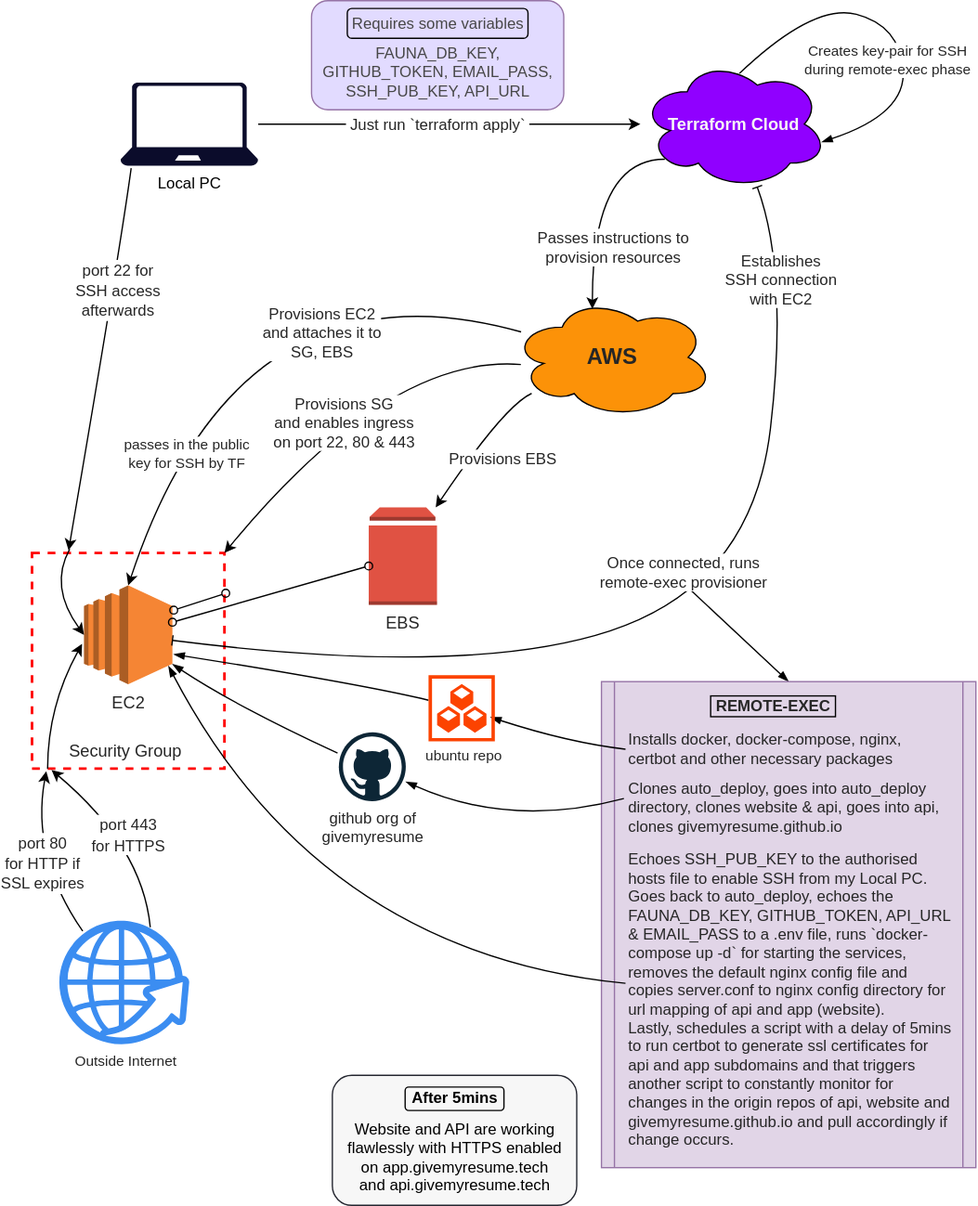
givemyresume/doc keeps this draw.io diagram as deployment.svg. Above is the earlier version. Source tidied: cells renumbered, new cells last; positions are measured from the earlier drawing's top-left corner, leaving out a move shared by most shapes.
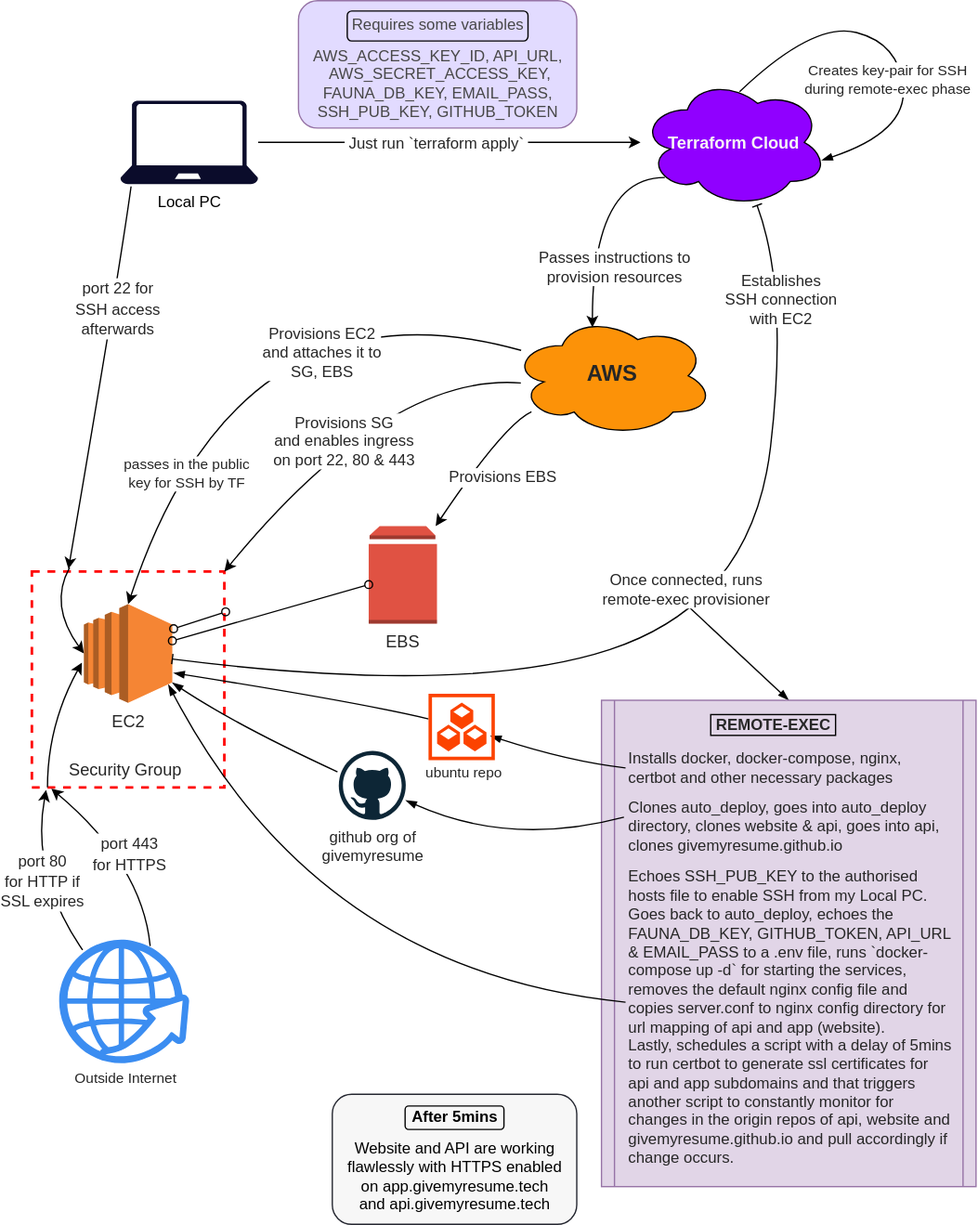
The same diagram one commit later.

Change to the diagram source:
```diff
@@ -81,7 +81,7 @@
     </mxCell>
     <mxCell id="17" value="Once connected, runs &lt;br&gt;remote-exec provisioner" style="edgeLabel;html=1;align=center;verticalAlign=middle;fontSize=12;fontColor=#262626;" parent="13" vertex="1">
       <mxGeometry x="0.31" y="-26" relative="1" as="geometry">
-        <mxPoint x="140" y="-46" as="offset" />
+        <mxPoint x="142" y="-47" as="offset" />
       </mxGeometry>
     </mxCell>
     <mxCell id="18" style="edgeStyle=none;curved=1;orthogonalLoop=1;jettySize=auto;html=1;fontSize=11;fontColor=#262626;startArrow=none;startFill=0;endArrow=blockThin;endFill=1;startSize=6;endSize=6;strokeColor=default;strokeWidth=1;entryX=0.968;entryY=0.608;entryDx=0;entryDy=0;entryPerimeter=0;exitX=0.529;exitY=0.08;exitDx=0;exitDy=0;exitPerimeter=0;" parent="1" edge="1">
@@ -262,13 +262,13 @@
       <mxGeometry x="238.2" y="880" width="175" height="20" as="geometry" />
     </mxCell>
     <mxCell id="53" style="rounded=1;whiteSpace=wrap;html=1;shadow=0;glass=0;labelBackgroundColor=#ffffff;labelBorderColor=default;fontSize=2;strokeColor=#9673a6;strokeWidth=0;fillColor=#E2DBFF;gradientDirection=north;" parent="1" vertex="1">
-      <mxGeometry x="216" width="194" height="84" as="geometry" />
+      <mxGeometry x="206" y="-14" width="214" height="98" as="geometry" />
     </mxCell>
     <mxCell id="54" value="Requires some variables" style="text;html=1;strokeColor=default;fillColor=none;align=center;verticalAlign=middle;whiteSpace=wrap;rounded=1;shadow=0;glass=0;labelBackgroundColor=none;labelBorderColor=none;fontSize=12;fontColor=#474747;strokeWidth=0;perimeterSpacing=1;" parent="1" vertex="1">
-      <mxGeometry x="243.5" y="6" width="139" height="23" as="geometry" />
+      <mxGeometry x="243.5" y="-6" width="139" height="23" as="geometry" />
     </mxCell>
-    <mxCell id="55" value="FAUNA_DB_KEY, &lt;br&gt;GITHUB_TOKEN,&amp;nbsp;EMAIL_PASS,&lt;br&gt;SSH_PUB_KEY, API_URL" style="text;html=1;strokeColor=none;fillColor=none;align=center;verticalAlign=middle;whiteSpace=wrap;rounded=0;shadow=0;glass=0;labelBackgroundColor=none;labelBorderColor=none;fontSize=12;fontColor=#474747;strokeWidth=11;" parent="1" vertex="1">
-      <mxGeometry x="220.5" y="29" width="185" height="52" as="geometry" />
+    <mxCell id="55" value="AWS_ACCESS_KEY_ID, API_URL,&lt;br&gt;&amp;nbsp;AWS_SECRET_ACCESS_KEY,&lt;br&gt;FAUNA_DB_KEY,&amp;nbsp;EMAIL_PASS,&lt;br&gt;SSH_PUB_KEY, GITHUB_TOKEN" style="text;html=1;strokeColor=none;fillColor=none;align=center;verticalAlign=middle;whiteSpace=wrap;rounded=0;shadow=0;glass=0;labelBackgroundColor=none;labelBorderColor=none;fontSize=12;fontColor=#474747;strokeWidth=11;" parent="1" vertex="1">
+      <mxGeometry x="212.5" y="24" width="201" height="52" as="geometry" />
     </mxCell>
   </root>
 </mxGraphModel>
```
